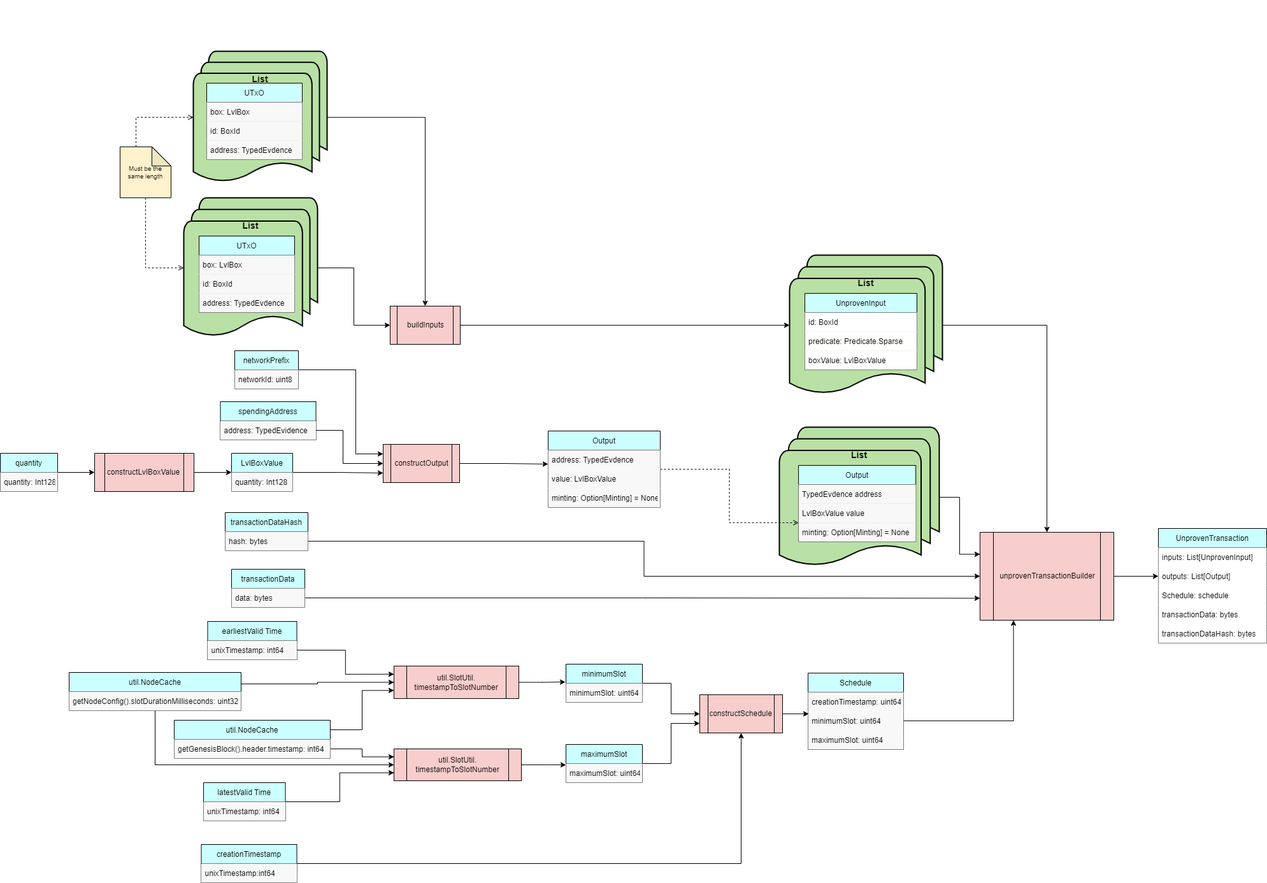
This is docs/Modules/NativeTransactor/transaction_builder.drawio.png from Topl/BramblSc-docs, a draw.io export, as it was before one commit. Source tidied: cells renumbered, new cells last; positions are measured from the earlier drawing's top-left corner, leaving out a move shared by most shapes.
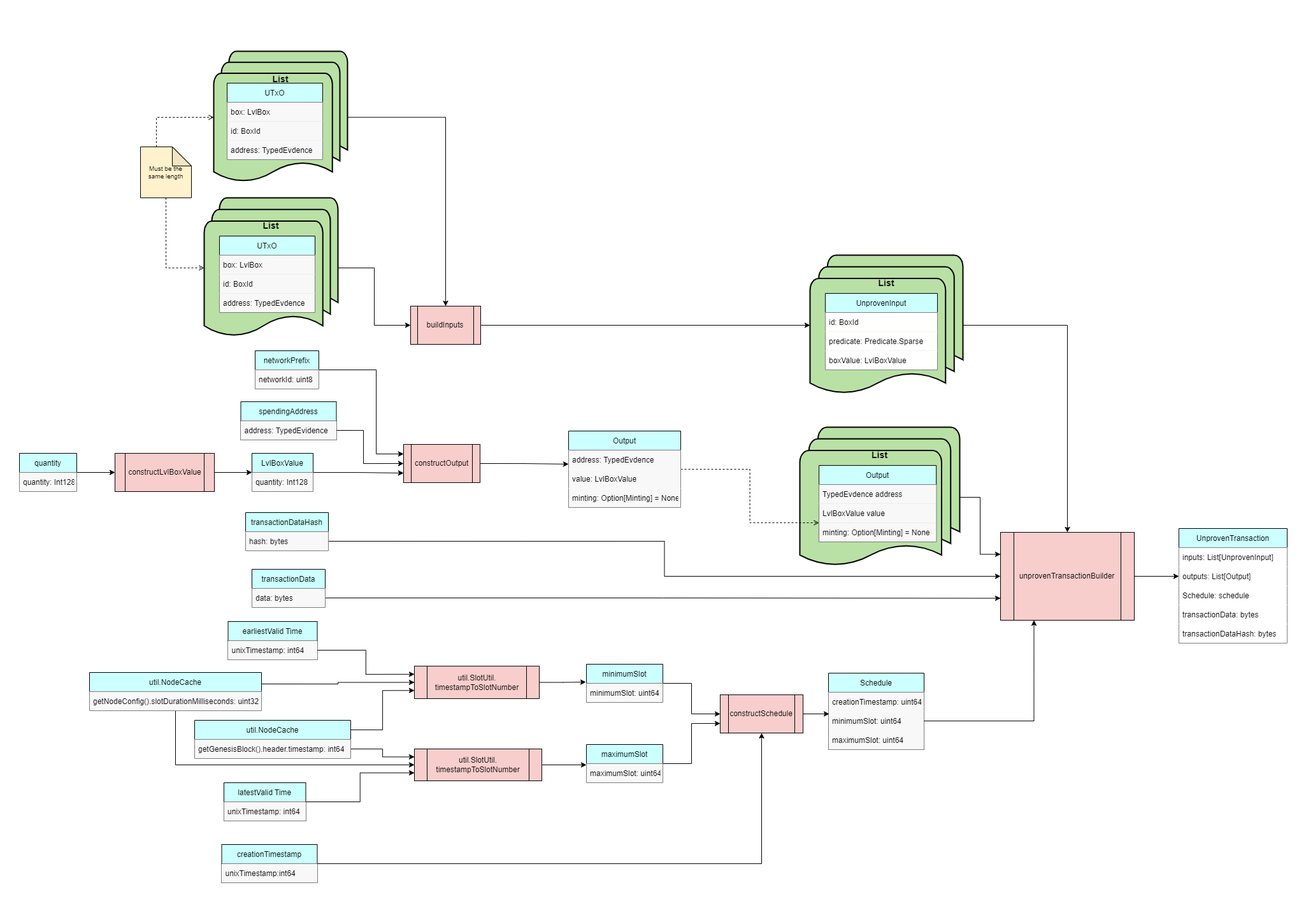
Above is the later version.

Change to the diagram source:
```diff
@@ -2,6 +2,9 @@
   <root>
     <mxCell id="0" />
     <mxCell id="1" parent="0" />
+    <mxCell id="105" style="rounded=0;whiteSpace=wrap;html=1;strokeColor=#FFFFFF;fillColor=#FFFFFF;" parent="1" vertex="1">
+      <mxGeometry x="-32" y="60" width="2060" height="1350" as="geometry" />
+    </mxCell>
     <mxCell id="2" style="group;" parent="1" vertex="1">
       <mxGeometry x="273" width="240" height="310" as="geometry" />
     </mxCell>
@@ -120,7 +123,7 @@
       <mxGeometry relative="1" as="geometry" />
     </mxCell>
     <mxCell id="41" value="quantity" style="swimlane;fontStyle=0;horizontal=1;startSize=30;fillColor=#CCFFFF;" parent="1" vertex="1">
-      <mxGeometry y="711" width="90" height="60" as="geometry" />
+      <mxGeometry x="-2" y="711" width="90" height="60" as="geometry" />
     </mxCell>
     <mxCell id="42" value="quantity: Int128" style="text;strokeColor=none;fillColor=#F8F8F8;align=left;verticalAlign=middle;spacingLeft=4;spacingRight=4;overflow=hidden;" parent="41" vertex="1">
       <mxGeometry y="30" width="90" height="30" as="geometry" />
```
